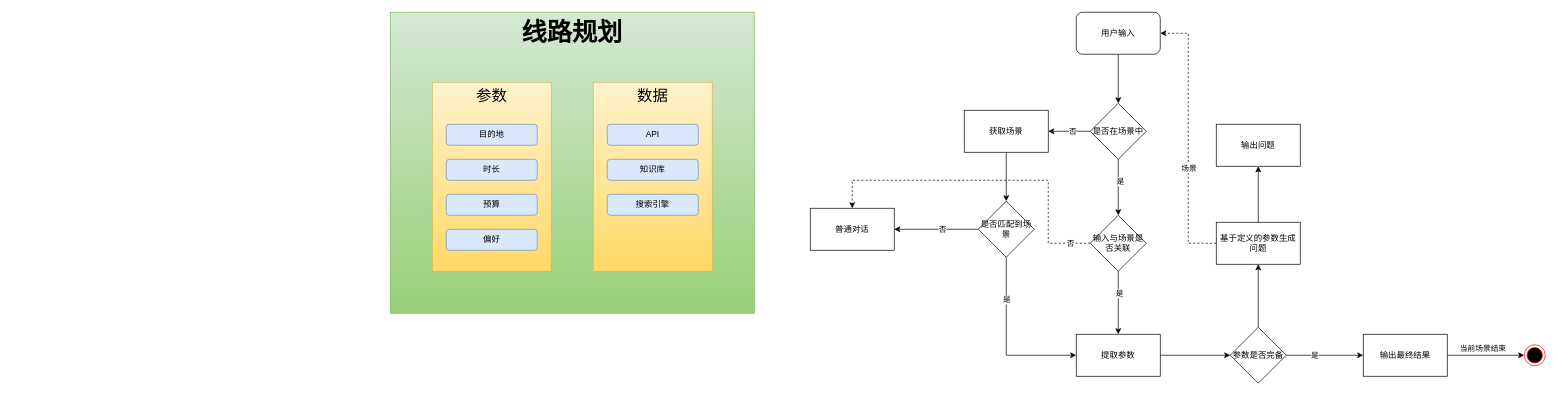
z-cloud-z/draw keeps this draw.io diagram as AI.drawio. Above is the earlier version. Source tidied: cells renumbered, new cells numbered last; positions are measured from the earlier drawing's top-left corner, leaving out a move shared by most shapes. Both pictures are drawn from the tidied source at 70%, with x=0, y=0 at pixel (390, 12).
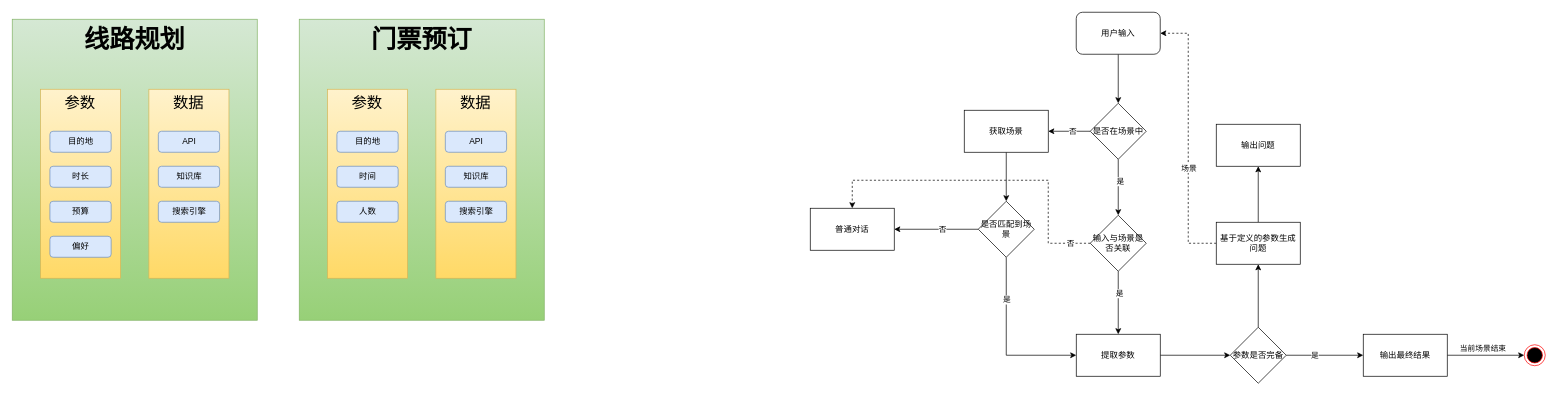
Above is the later version.

The edit, as a diff of the source:
```diff
@@
     <mxCell id="4" style="group;" parent="1" vertex="1">
-      <mxGeometry width="520" height="430" as="geometry" />
+      <mxGeometry x="-540" y="10" width="350" height="430" as="geometry" />
     </mxCell>
     <mxCell id="5" value="线路规划" style="rounded=0;whiteSpace=wrap;html=1;verticalAlign=top;fontStyle=1;fontSize=36;fillColor=#d5e8d4;strokeColor=#82b366;gradientColor=#97d077;" parent="4" vertex="1">
-      <mxGeometry width="520" height="430" as="geometry" />
+      <mxGeometry width="350" height="430" as="geometry" />
     </mxCell>
     <mxCell id="6" value="参数" style="rounded=0;whiteSpace=wrap;html=1;verticalAlign=top;fontSize=22;strokeColor=#d6b656;fillColor=#fff2cc;gradientColor=#ffd966;" parent="4" vertex="1">
-      <mxGeometry x="60" y="100" width="170" height="270" as="geometry" />
+      <mxGeometry x="40.4" y="100" width="114.4" height="270" as="geometry" />
     </mxCell>
     <mxCell id="7" value="目的地" style="text;html=1;align=center;verticalAlign=middle;whiteSpace=wrap;rounded=1;fillColor=#dae8fc;strokeColor=#6c8ebf;" parent="4" vertex="1">
-      <mxGeometry x="80" y="160" width="130" height="30" as="geometry" />
+      <mxGeometry x="53.8" y="160" width="87.5" height="30" as="geometry" />
     </mxCell>
     <mxCell id="8" value="时长" style="text;html=1;align=center;verticalAlign=middle;whiteSpace=wrap;rounded=1;fillColor=#dae8fc;strokeColor=#6c8ebf;" parent="4" vertex="1">
-      <mxGeometry x="80" y="210" width="130" height="30" as="geometry" />
+      <mxGeometry x="53.8" y="210" width="87.5" height="30" as="geometry" />
     </mxCell>
     <mxCell id="9" value="预算" style="text;html=1;align=center;verticalAlign=middle;whiteSpace=wrap;rounded=1;fillColor=#dae8fc;strokeColor=#6c8ebf;" parent="4" vertex="1">
-      <mxGeometry x="80" y="260" width="130" height="30" as="geometry" />
+      <mxGeometry x="53.8" y="260" width="87.5" height="30" as="geometry" />
     </mxCell>
     <mxCell id="10" value="偏好" style="text;html=1;align=center;verticalAlign=middle;whiteSpace=wrap;rounded=1;fillColor=#dae8fc;strokeColor=#6c8ebf;" parent="4" vertex="1">
-      <mxGeometry x="80" y="310" width="130" height="30" as="geometry" />
+      <mxGeometry x="53.8" y="310" width="87.5" height="30" as="geometry" />
     </mxCell>
     <mxCell id="11" value="数据" style="rounded=0;whiteSpace=wrap;html=1;verticalAlign=top;fontSize=22;strokeColor=#d6b656;fillColor=#fff2cc;gradientColor=#ffd966;" parent="4" vertex="1">
-      <mxGeometry x="290" y="100" width="170" height="270" as="geometry" />
+      <mxGeometry x="195.2" y="100" width="114.4" height="270" as="geometry" />
     </mxCell>
     <mxCell id="12" value="API" style="text;html=1;align=center;verticalAlign=middle;whiteSpace=wrap;rounded=1;fillColor=#dae8fc;strokeColor=#6c8ebf;" parent="4" vertex="1">
-      <mxGeometry x="310" y="160" width="130" height="30" as="geometry" />
+      <mxGeometry x="208.7" y="160" width="87.5" height="30" as="geometry" />
     </mxCell>
     <mxCell id="13" value="知识库" style="text;html=1;align=center;verticalAlign=middle;whiteSpace=wrap;rounded=1;fillColor=#dae8fc;strokeColor=#6c8ebf;" parent="4" vertex="1">
-      <mxGeometry x="310" y="210" width="130" height="30" as="geometry" />
+      <mxGeometry x="208.7" y="210" width="87.5" height="30" as="geometry" />
     </mxCell>
     <mxCell id="14" value="搜索引擎" style="text;html=1;align=center;verticalAlign=middle;whiteSpace=wrap;rounded=1;fillColor=#dae8fc;strokeColor=#6c8ebf;" parent="4" vertex="1">
-      <mxGeometry x="310" y="260" width="130" height="30" as="geometry" />
+      <mxGeometry x="208.7" y="260" width="87.5" height="30" as="geometry" />
     </mxCell>
@@
+    <mxCell id="48" style="group;" parent="1" vertex="1">
+      <mxGeometry x="-130" y="10" width="350" height="430" as="geometry" />
+    </mxCell>
+    <mxCell id="49" value="门票预订" style="rounded=0;whiteSpace=wrap;html=1;verticalAlign=top;fontStyle=1;fontSize=36;fillColor=#d5e8d4;strokeColor=#82b366;gradientColor=#97d077;" parent="48" vertex="1">
+      <mxGeometry width="350" height="430" as="geometry" />
+    </mxCell>
+    <mxCell id="50" value="参数" style="rounded=0;whiteSpace=wrap;html=1;verticalAlign=top;fontSize=22;strokeColor=#d6b656;fillColor=#fff2cc;gradientColor=#ffd966;" parent="48" vertex="1">
+      <mxGeometry x="40.4" y="100" width="114.4" height="270" as="geometry" />
+    </mxCell>
+    <mxCell id="51" value="目的地" style="text;html=1;align=center;verticalAlign=middle;whiteSpace=wrap;rounded=1;fillColor=#dae8fc;strokeColor=#6c8ebf;" parent="48" vertex="1">
+      <mxGeometry x="53.8" y="160" width="87.5" height="30" as="geometry" />
+    </mxCell>
+    <mxCell id="52" value="时间" style="text;html=1;align=center;verticalAlign=middle;whiteSpace=wrap;rounded=1;fillColor=#dae8fc;strokeColor=#6c8ebf;" parent="48" vertex="1">
+      <mxGeometry x="53.8" y="210" width="87.5" height="30" as="geometry" />
+    </mxCell>
+    <mxCell id="53" value="人数" style="text;html=1;align=center;verticalAlign=middle;whiteSpace=wrap;rounded=1;fillColor=#dae8fc;strokeColor=#6c8ebf;" parent="48" vertex="1">
+      <mxGeometry x="53.8" y="260" width="87.5" height="30" as="geometry" />
+    </mxCell>
+    <mxCell id="54" value="数据" style="rounded=0;whiteSpace=wrap;html=1;verticalAlign=top;fontSize=22;strokeColor=#d6b656;fillColor=#fff2cc;gradientColor=#ffd966;" parent="48" vertex="1">
+      <mxGeometry x="195.2" y="100" width="114.4" height="270" as="geometry" />
+    </mxCell>
+    <mxCell id="55" value="API" style="text;html=1;align=center;verticalAlign=middle;whiteSpace=wrap;rounded=1;fillColor=#dae8fc;strokeColor=#6c8ebf;" parent="48" vertex="1">
+      <mxGeometry x="208.7" y="160" width="87.5" height="30" as="geometry" />
+    </mxCell>
+    <mxCell id="56" value="知识库" style="text;html=1;align=center;verticalAlign=middle;whiteSpace=wrap;rounded=1;fillColor=#dae8fc;strokeColor=#6c8ebf;" parent="48" vertex="1">
+      <mxGeometry x="208.7" y="210" width="87.5" height="30" as="geometry" />
+    </mxCell>
+    <mxCell id="57" value="搜索引擎" style="text;html=1;align=center;verticalAlign=middle;whiteSpace=wrap;rounded=1;fillColor=#dae8fc;strokeColor=#6c8ebf;" parent="48" vertex="1">
+      <mxGeometry x="208.7" y="260" width="87.5" height="30" as="geometry" />
+    </mxCell>
```
